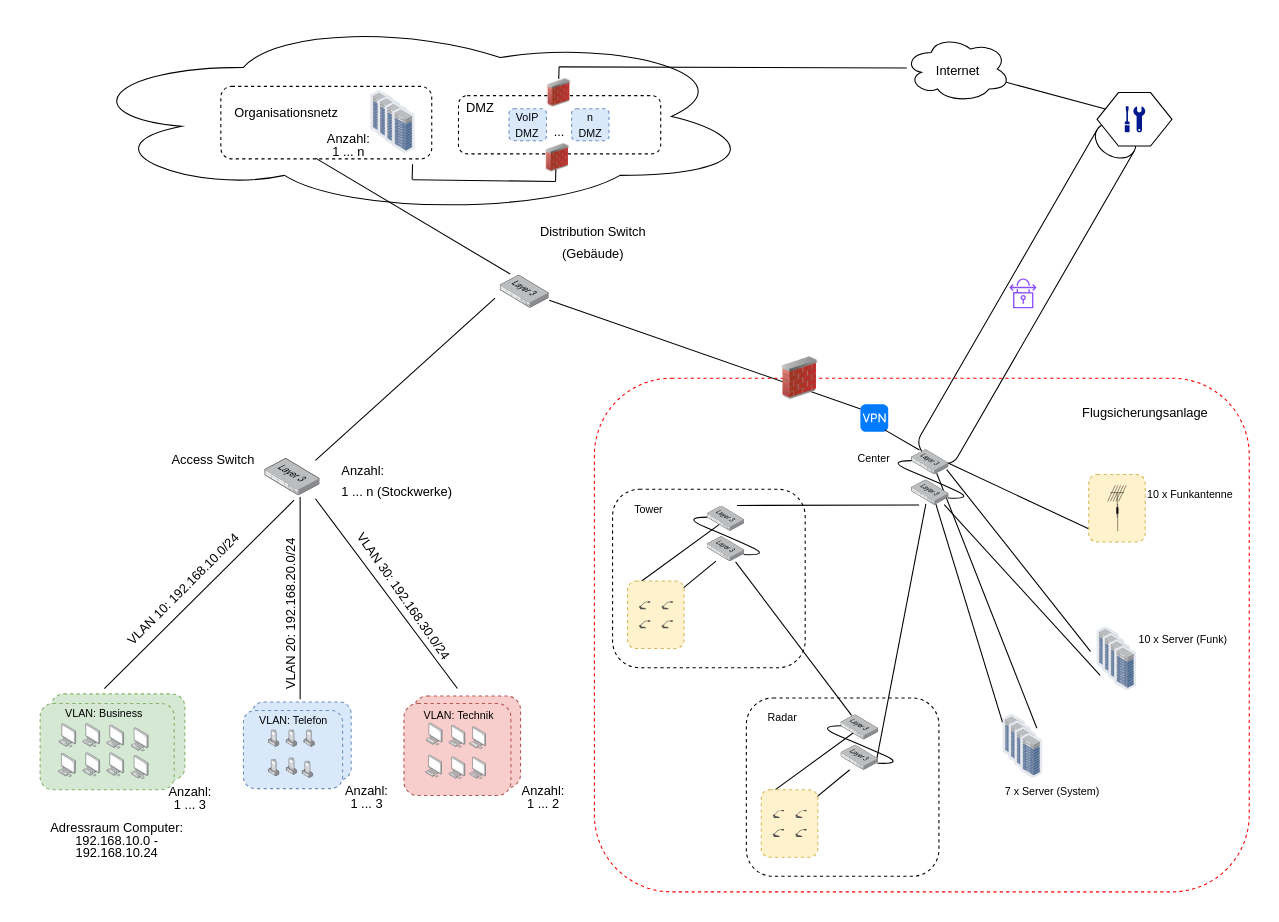
Earlier version of the draw.io diagram Logische Netzwerktopologie.drawio (meetSeb/Computer-Network). Source tidied: cells renumbered, new cells numbered last; positions are measured from the earlier drawing's top-left corner, leaving out a move shared by most shapes. Both pictures are drawn from the tidied source at 107%, with x=0, y=0 at pixel (18, 18).
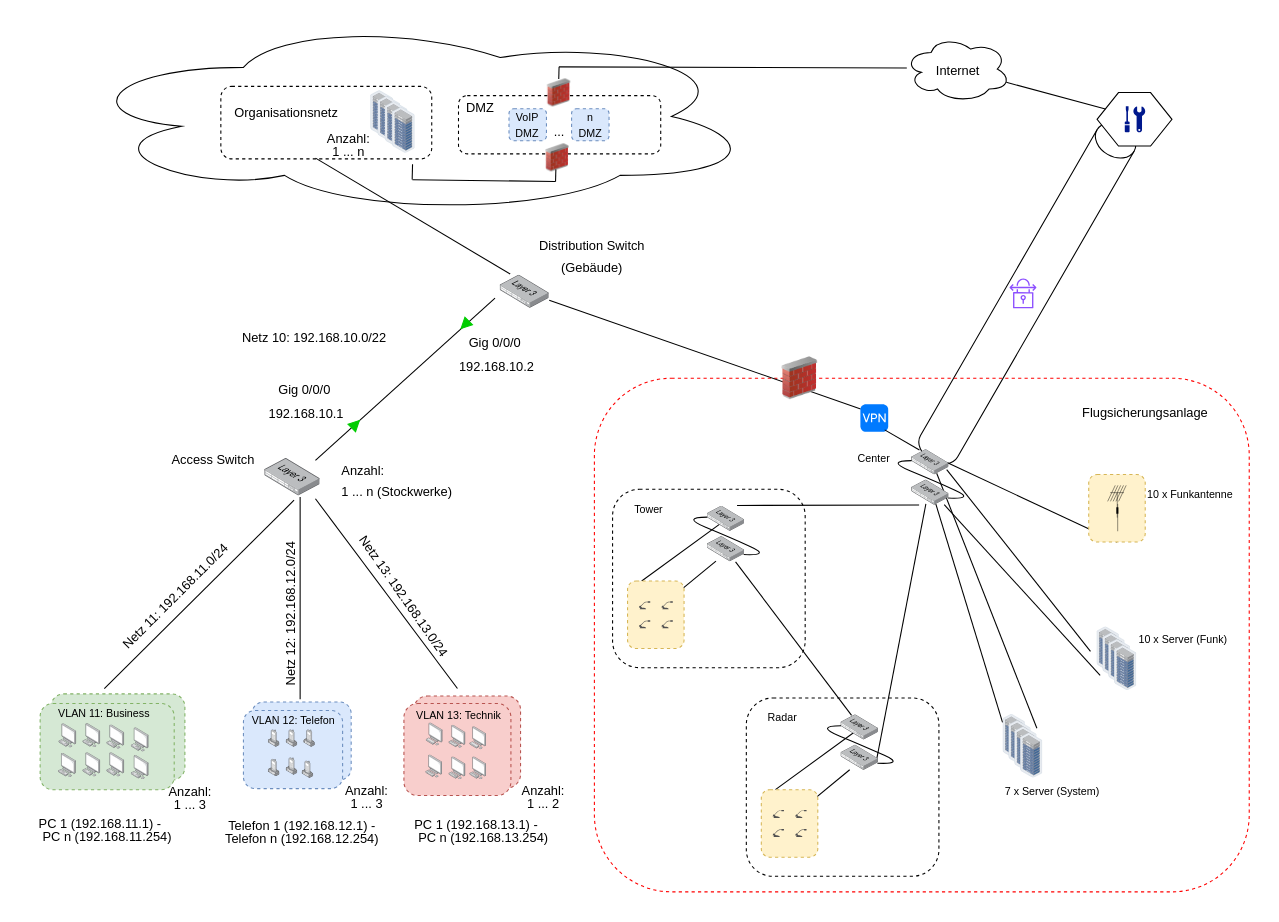
After the change.

The change refers to these unchanged cells:
```xml
<mxCell id="7" style="group;" parent="1" vertex="1">
  <mxGeometry x="360" y="640" width="110" height="86" as="geometry" />
</mxCell>
<mxCell id="17" style="group;" parent="1" vertex="1">
  <mxGeometry x="210" y="646.5" width="95" height="73" as="geometry" />
</mxCell>
<mxCell id="29" style="group;" parent="28" vertex="1">
  <mxGeometry width="160.5" height="96.2" as="geometry" />
</mxCell>
```

The edit, as a diff of the source:
```diff
@@
-    <mxCell id="9" value="&lt;font style=&quot;font-size: 10px;&quot;&gt;VLAN: Technik&lt;/font&gt;" style="text;strokeColor=none;fillColor=none;html=1;align=center;verticalAlign=middle;whiteSpace=wrap;rounded=0;fontSize=16;" parent="7" vertex="1">
+    <mxCell id="9" value="&lt;font style=&quot;font-size: 10px;&quot;&gt;VLAN 13: Technik&lt;/font&gt;" style="text;strokeColor=none;fillColor=none;html=1;align=center;verticalAlign=middle;whiteSpace=wrap;rounded=0;fontSize=16;" parent="7" vertex="1">
       <mxGeometry x="-10" y="5.2" width="123" height="8.2" as="geometry" />
     </mxCell>
@@
-    <mxCell id="27" value="&lt;font style=&quot;font-size: 10px;&quot;&gt;VLAN: Telefon&lt;/font&gt;" style="text;strokeColor=none;fillColor=none;html=1;align=center;verticalAlign=middle;whiteSpace=wrap;rounded=0;fontSize=16;" parent="17" vertex="1">
+    <mxCell id="27" value="&lt;font style=&quot;font-size: 10px;&quot;&gt;VLAN 12: Telefon&lt;/font&gt;" style="text;strokeColor=none;fillColor=none;html=1;align=center;verticalAlign=middle;whiteSpace=wrap;rounded=0;fontSize=16;" parent="17" vertex="1">
       <mxGeometry x="-0.9" y="3.6" width="95.6" height="8.2" as="geometry" />
     </mxCell>
@@
-    <mxCell id="34" value="&lt;font style=&quot;font-size: 10px;&quot;&gt;VLAN: Business&lt;/font&gt;" style="text;strokeColor=none;fillColor=none;html=1;align=center;verticalAlign=middle;whiteSpace=wrap;rounded=0;fontSize=16;" parent="29" vertex="1">
+    <mxCell id="34" value="&lt;font style=&quot;font-size: 10px;&quot;&gt;VLAN 11: Business&lt;/font&gt;" style="text;strokeColor=none;fillColor=none;html=1;align=center;verticalAlign=middle;whiteSpace=wrap;rounded=0;fontSize=16;" parent="29" vertex="1">
       <mxGeometry x="-20.4" y="2.9" width="160.4" height="7.5" as="geometry" />
     </mxCell>
@@
     <mxCell id="54" style="group;" parent="1" vertex="1">
-      <mxGeometry x="100" y="21" width="590" height="212.1" as="geometry" />
+      <mxGeometry x="100" y="21" width="590" height="229.1" as="geometry" />
     </mxCell>
@@
     <mxCell id="76" value="&lt;font style=&quot;font-size: 12px;&quot;&gt;Distribution Switch&lt;/font&gt;&lt;div&gt;&lt;font style=&quot;font-size: 12px;&quot;&gt;(Gebäude)&lt;/font&gt;&lt;/div&gt;" style="text;strokeColor=none;fillColor=none;html=1;align=center;verticalAlign=middle;whiteSpace=wrap;rounded=0;fontSize=16;" parent="54" vertex="1">
-      <mxGeometry x="380" y="162.1" width="114.2" height="50" as="geometry" />
+      <mxGeometry x="379" y="175.1" width="114.2" height="50" as="geometry" />
     </mxCell>
@@
-    <mxCell id="88" value="&lt;p style=&quot;line-height: 60%;&quot;&gt;&lt;font style=&quot;font-size: 12px;&quot;&gt;VLAN 10: 192.168.10.0/24&lt;/font&gt;&lt;/p&gt;" style="text;strokeColor=none;fillColor=none;html=1;align=center;verticalAlign=middle;whiteSpace=wrap;rounded=0;fontSize=16;rotation=-45;" parent="1" vertex="1">
-      <mxGeometry x="79.5" y="521.4" width="147.6" height="24.1" as="geometry" />
+    <mxCell id="88" value="&lt;p style=&quot;line-height: 60%;&quot;&gt;&lt;font style=&quot;font-size: 12px;&quot;&gt;PC 1 (&lt;/font&gt;&lt;span style=&quot;font-size: 12px;&quot;&gt;192.168.11.1) - &amp;nbsp; &amp;nbsp; PC n (&lt;/span&gt;&lt;span style=&quot;font-size: 12px;&quot;&gt;192.168.11.254)&lt;/span&gt;&lt;br&gt;&lt;/p&gt;" style="text;strokeColor=none;fillColor=none;html=1;align=center;verticalAlign=middle;whiteSpace=wrap;rounded=0;fontSize=16;rotation=0;" parent="1" vertex="1">
+      <mxGeometry x="11.4" y="734.3" width="143.8" height="46.7" as="geometry" />
     </mxCell>
-    <mxCell id="89" value="&lt;p style=&quot;line-height: 60%;&quot;&gt;&lt;font style=&quot;font-size: 12px;&quot;&gt;VLAN 20: 192.168.20.0/24&lt;/font&gt;&lt;/p&gt;" style="text;strokeColor=none;fillColor=none;html=1;align=center;verticalAlign=middle;whiteSpace=wrap;rounded=0;fontSize=16;rotation=-90;" parent="1" vertex="1">
+    <mxCell id="89" value="&lt;p style=&quot;line-height: 60%;&quot;&gt;&lt;font style=&quot;font-size: 12px;&quot;&gt;Netz 12: 192.168.12.0/24&lt;/font&gt;&lt;/p&gt;" style="text;strokeColor=none;fillColor=none;html=1;align=center;verticalAlign=middle;whiteSpace=wrap;rounded=0;fontSize=16;rotation=-90;" parent="1" vertex="1">
       <mxGeometry x="178.8" y="544.3" width="150" height="24.1" as="geometry" />
     </mxCell>
-    <mxCell id="90" value="&lt;p style=&quot;line-height: 60%;&quot;&gt;&lt;font style=&quot;font-size: 12px;&quot;&gt;VLAN 30: 192.168.30.0/24&lt;/font&gt;&lt;/p&gt;" style="text;strokeColor=none;fillColor=none;html=1;align=center;verticalAlign=middle;whiteSpace=wrap;rounded=0;fontSize=16;rotation=55;" parent="1" vertex="1">
+    <mxCell id="90" value="&lt;p style=&quot;line-height: 60%;&quot;&gt;&lt;font style=&quot;font-size: 12px;&quot;&gt;Netz 13: 192.168.13.0/24&lt;/font&gt;&lt;/p&gt;" style="text;strokeColor=none;fillColor=none;html=1;align=center;verticalAlign=middle;whiteSpace=wrap;rounded=0;fontSize=16;rotation=55;" parent="1" vertex="1">
       <mxGeometry x="283.5" y="527.4" width="153.3" height="24.1" as="geometry" />
     </mxCell>
-    <mxCell id="91" value="&lt;p style=&quot;line-height: 60%;&quot;&gt;&lt;font style=&quot;font-size: 12px;&quot;&gt;Adressraum Computer: 192.168.10.0 - 192.168.10.24&lt;/font&gt;&lt;/p&gt;" style="text;strokeColor=none;fillColor=none;html=1;align=center;verticalAlign=middle;whiteSpace=wrap;rounded=0;fontSize=16;rotation=0;" parent="1" vertex="1">
-      <mxGeometry x="27.7" y="756" width="127.6" height="24.1" as="geometry" />
-    </mxCell>
@@
+    <mxCell id="161" value="&lt;p style=&quot;line-height: 60%;&quot;&gt;&lt;font style=&quot;font-size: 12px;&quot;&gt;Telefon 1 (&lt;/font&gt;&lt;span style=&quot;font-size: 12px;&quot;&gt;192.168.12.1) - Telefon n (&lt;/span&gt;&lt;span style=&quot;font-size: 12px;&quot;&gt;192.168.12.254)&lt;/span&gt;&lt;br&gt;&lt;/p&gt;" style="text;strokeColor=none;fillColor=none;html=1;align=center;verticalAlign=middle;whiteSpace=wrap;rounded=0;fontSize=16;rotation=0;" parent="1" vertex="1">
+      <mxGeometry x="186.6" y="736.3" width="155.5" height="46.7" as="geometry" />
+    </mxCell>
+    <mxCell id="162" value="&lt;p style=&quot;line-height: 60%;&quot;&gt;&lt;font style=&quot;font-size: 12px;&quot;&gt;PC 1 (&lt;/font&gt;&lt;span style=&quot;font-size: 12px;&quot;&gt;192.168.13.1) - &amp;nbsp; &amp;nbsp; PC n (&lt;/span&gt;&lt;span style=&quot;font-size: 12px;&quot;&gt;192.168.13.254)&lt;/span&gt;&lt;br&gt;&lt;/p&gt;" style="text;strokeColor=none;fillColor=none;html=1;align=center;verticalAlign=middle;whiteSpace=wrap;rounded=0;fontSize=16;rotation=0;" parent="1" vertex="1">
+      <mxGeometry x="360" y="735.3" width="148.5" height="46.7" as="geometry" />
+    </mxCell>
+    <mxCell id="163" value="&lt;p style=&quot;line-height: 60%;&quot;&gt;&lt;font style=&quot;font-size: 12px;&quot;&gt;Netz 11: 192.168.11.0/24&lt;/font&gt;&lt;/p&gt;" style="text;strokeColor=none;fillColor=none;html=1;align=center;verticalAlign=middle;whiteSpace=wrap;rounded=0;fontSize=16;rotation=-45;" parent="1" vertex="1">
+      <mxGeometry x="70" y="527.4" width="153.3" height="24.1" as="geometry" />
+    </mxCell>
+    <mxCell id="164" value="&lt;p style=&quot;line-height: 60%;&quot;&gt;&lt;font style=&quot;font-size: 12px;&quot;&gt;Gig 0/0/0&amp;nbsp;&lt;/font&gt;&lt;/p&gt;&lt;p style=&quot;line-height: 0%;&quot;&gt;&lt;span style=&quot;font-size: 12px;&quot;&gt;192.168.10.1&lt;/span&gt;&lt;/p&gt;" style="text;strokeColor=none;fillColor=none;html=1;align=center;verticalAlign=middle;whiteSpace=wrap;rounded=0;fontSize=16;rotation=0;" parent="1" vertex="1">
+      <mxGeometry x="191" y="335.1" width="156" height="39.9" as="geometry" />
+    </mxCell>
+    <mxCell id="165" style="triangle;whiteSpace=wrap;html=1;rotation=-225;fillColor=#00CC00;strokeColor=#00CC00;" parent="1" vertex="1">
+      <mxGeometry x="412" y="281" width="10" height="10" as="geometry" />
+    </mxCell>
+    <mxCell id="166" style="triangle;whiteSpace=wrap;html=1;rotation=-135;fillColor=#00CC00;strokeColor=#00CC00;direction=south;" parent="1" vertex="1">
+      <mxGeometry x="309.8" y="374" width="10" height="10" as="geometry" />
+    </mxCell>
+    <mxCell id="167" value="&lt;p style=&quot;line-height: 60%;&quot;&gt;&lt;font style=&quot;font-size: 12px;&quot;&gt;Gig 0/0/0&amp;nbsp;&lt;/font&gt;&lt;/p&gt;&lt;p style=&quot;line-height: 0%;&quot;&gt;&lt;span style=&quot;font-size: 12px;&quot;&gt;192.168.10.2&lt;/span&gt;&lt;/p&gt;" style="text;strokeColor=none;fillColor=none;html=1;align=center;verticalAlign=middle;whiteSpace=wrap;rounded=0;fontSize=16;rotation=0;" parent="1" vertex="1">
+      <mxGeometry x="369" y="291" width="156" height="39.9" as="geometry" />
+    </mxCell>
+    <mxCell id="168" value="&lt;p style=&quot;line-height: 60%;&quot;&gt;&lt;font style=&quot;font-size: 12px;&quot;&gt;Netz 10: 192.168.10.0/22&lt;/font&gt;&lt;/p&gt;" style="text;strokeColor=none;fillColor=none;html=1;align=center;verticalAlign=middle;whiteSpace=wrap;rounded=0;fontSize=16;rotation=0;" parent="1" vertex="1">
+      <mxGeometry x="200" y="286" width="153.3" height="24.1" as="geometry" />
+    </mxCell>
```
